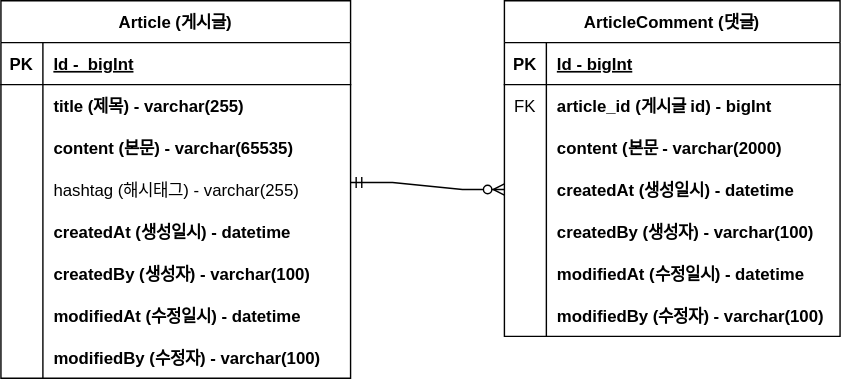
Above: document/prject-board-erd.svg in Kminss/SpringBoot-Board (draw.io), before the change. Source tidied: cells renumbered, new cells last; positions are measured from the earlier drawing's top-left corner, leaving out a move shared by most shapes.
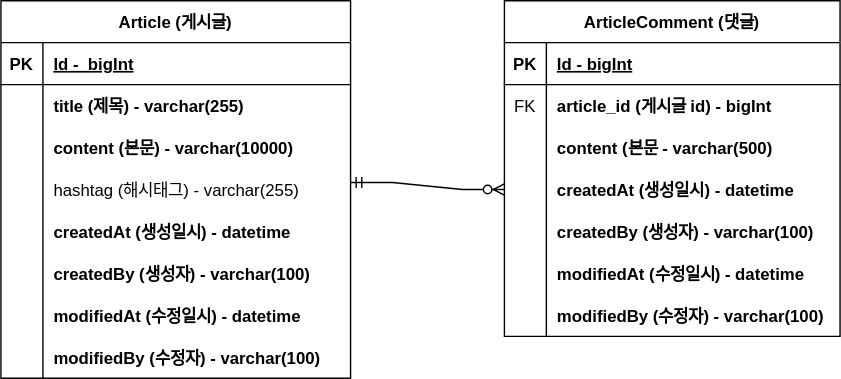
The same file after the commit.

Commit message:
#9 - ERD 업데이트: content 사이즈 수정

What changed in the source:
```diff
@@ -29,7 +29,7 @@
     <mxCell id="10" style="shape=partialRectangle;fillColor=none;top=0;left=0;bottom=0;right=0;overflow=hidden;" parent="9" vertex="1">
       <mxGeometry width="30" height="30" as="geometry" />
     </mxCell>
-    <mxCell id="11" value="content (본문) - varchar(65535)" style="shape=partialRectangle;fillColor=none;top=0;left=0;bottom=0;right=0;align=left;spacingLeft=6;overflow=hidden;fontStyle=1;" parent="9" vertex="1">
+    <mxCell id="11" value="content (본문) - varchar(10000)" style="shape=partialRectangle;fillColor=none;top=0;left=0;bottom=0;right=0;align=left;spacingLeft=6;overflow=hidden;fontStyle=1;" parent="9" vertex="1">
       <mxGeometry x="30" width="220" height="30" as="geometry" />
     </mxCell>
     <mxCell id="12" style="shape=tableRow;horizontal=0;startSize=0;swimlaneHead=0;swimlaneBody=0;fillColor=none;top=0;left=0;right=0;bottom=0;" parent="2" vertex="1">
@@ -104,7 +104,7 @@
     <mxCell id="35" style="shape=partialRectangle;fillColor=none;top=0;left=0;bottom=0;right=0;overflow=hidden;" parent="34" vertex="1">
       <mxGeometry width="30" height="30" as="geometry" />
     </mxCell>
-    <mxCell id="36" value="content (본문 - varchar(2000)" style="shape=partialRectangle;fillColor=none;top=0;left=0;bottom=0;right=0;align=left;spacingLeft=6;overflow=hidden;fontStyle=1;" parent="34" vertex="1">
+    <mxCell id="36" value="content (본문 - varchar(500)" style="shape=partialRectangle;fillColor=none;top=0;left=0;bottom=0;right=0;align=left;spacingLeft=6;overflow=hidden;fontStyle=1;" parent="34" vertex="1">
       <mxGeometry x="30" width="210" height="30" as="geometry" />
     </mxCell>
     <mxCell id="37" style="shape=tableRow;horizontal=0;startSize=0;swimlaneHead=0;swimlaneBody=0;fillColor=none;points=[[0,0.5],[1,0.5]];portConstraint=eastwest;top=0;left=0;right=0;bottom=0;" parent="27" vertex="1">
```
